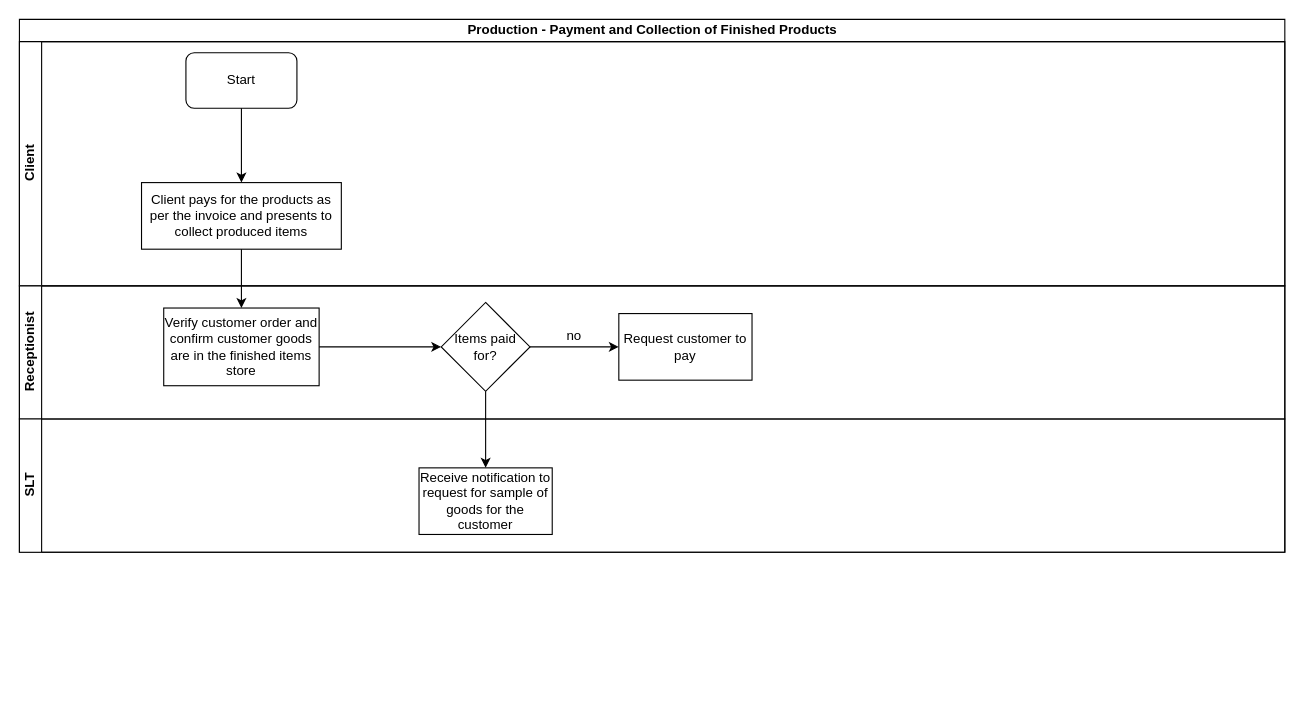
This is LC-Payment and Collection of Finished Products.drawio from kmagua/flowcharts, a draw.io file, before an edit. Source tidied: cells renumbered, new cells numbered last; positions are measured from the earlier drawing's top-left corner, leaving out a move shared by most shapes. Both pictures are drawn from the tidied source at 111%, with x=0, y=0 at pixel (19, 19).
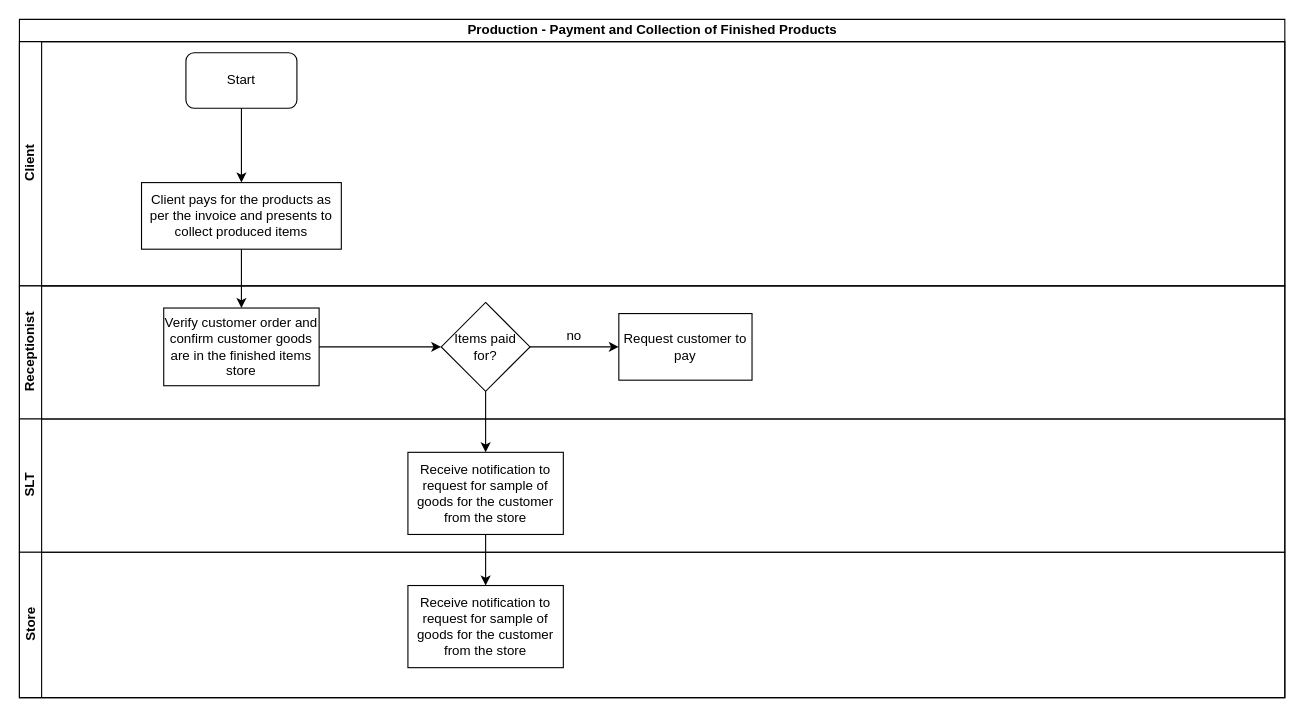
The same diagram, later.

The change refers to these unchanged cells:
```xml
<mxCell id="11" value="SLT" style="swimlane;html=1;startSize=20;horizontal=0;" parent="2" vertex="1">
  <mxGeometry y="360" width="1140" height="120" as="geometry" />
</mxCell>
```

Diff of the diagram source:
```diff
@@
     <mxCell id="2" value="Production - Payment and Collection of Finished Products" style="swimlane;html=1;horizontal=1;startSize=20;" parent="1" vertex="1">
-      <mxGeometry width="1140" height="480" as="geometry" />
+      <mxGeometry width="1140" height="611" as="geometry" />
     </mxCell>
@@
-    <mxCell id="12" value="Receive notification to request for sample of goods for the customer " style="whiteSpace=wrap;html=1;rounded=0;" parent="11" vertex="1">
-      <mxGeometry x="360" y="44" width="120" height="60" as="geometry" />
+    <mxCell id="12" value="Receive notification to request for sample of goods for the customer from the store" style="whiteSpace=wrap;html=1;rounded=0;" parent="11" vertex="1">
+      <mxGeometry x="350" y="30" width="140" height="74" as="geometry" />
     </mxCell>
@@
+    <mxCell id="18" value="Store" style="swimlane;html=1;startSize=20;horizontal=0;" parent="2" vertex="1">
+      <mxGeometry y="480" width="1140" height="131" as="geometry" />
+    </mxCell>
+    <mxCell id="19" value="Receive notification to request for sample of goods for the customer from the store" style="whiteSpace=wrap;html=1;rounded=0;" parent="18" vertex="1">
+      <mxGeometry x="350" y="30" width="140" height="74" as="geometry" />
+    </mxCell>
+    <mxCell id="20" style="edgeStyle=orthogonalEdgeStyle;rounded=0;jettySize=auto;html=1;entryX=0.5;entryY=0;entryDx=0;entryDy=0;" parent="2" edge="1" source="12" target="19">
+      <mxGeometry relative="1" as="geometry" />
+    </mxCell>
```
